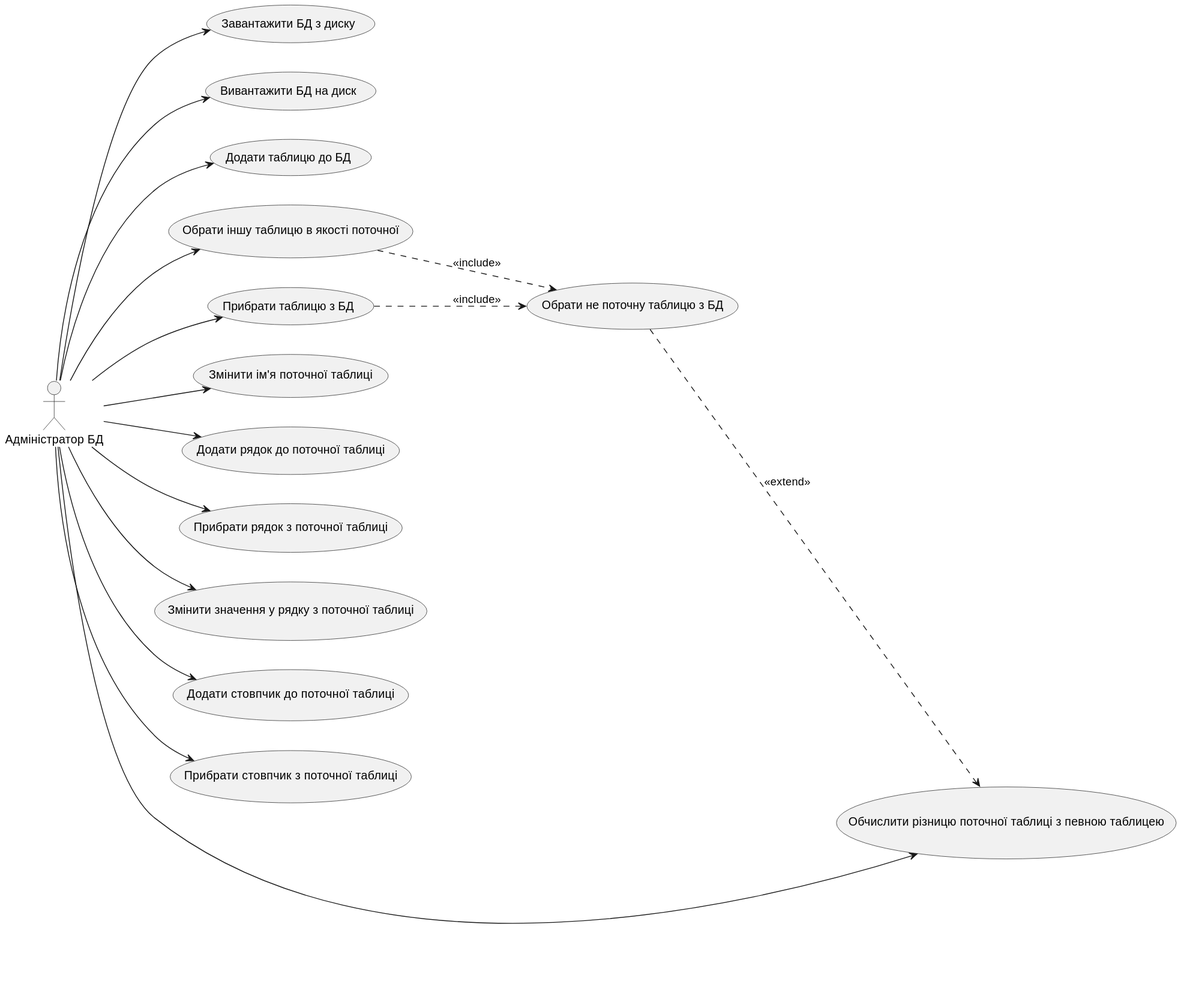
This is uml/use-case.svg from Kharacternyk/univ-it, a PlantUML export, as it was before one commit. Source of this version:
```plantuml
@startuml
left to right direction

:Адміністратор БД: as admin

admin --> (Завантажити БД з диску)
admin --> (Вивантажити БД на диск)
admin --> (Додати таблицю до БД)

(Обрати не поточну таблицю з БД) as pickTable

(Обрати іншу таблицю в якості поточної) as activateTable
admin --> activateTable
activateTable ..> pickTable : <<include>>

(Прибрати таблицю з БД) as removeTable
admin --> removeTable
removeTable ..> pickTable : <<include>>

admin --> (Змінити ім'я поточної таблиці)
admin --> (Додати рядок до поточної таблиці)
admin --> (Прибрати рядок з поточної таблиці)
admin --> (Змінити значення у рядку з поточної таблиці)
admin --> (Додати стовпчик до поточної таблиці)
admin --> (Прибрати стовпчик з поточної таблиці)

(Обчислити різницю поточної таблиці з певною таблицею) as diffTable
admin --> diffTable
pickTable ..> diffTable : <<extend>>
@enduml
```
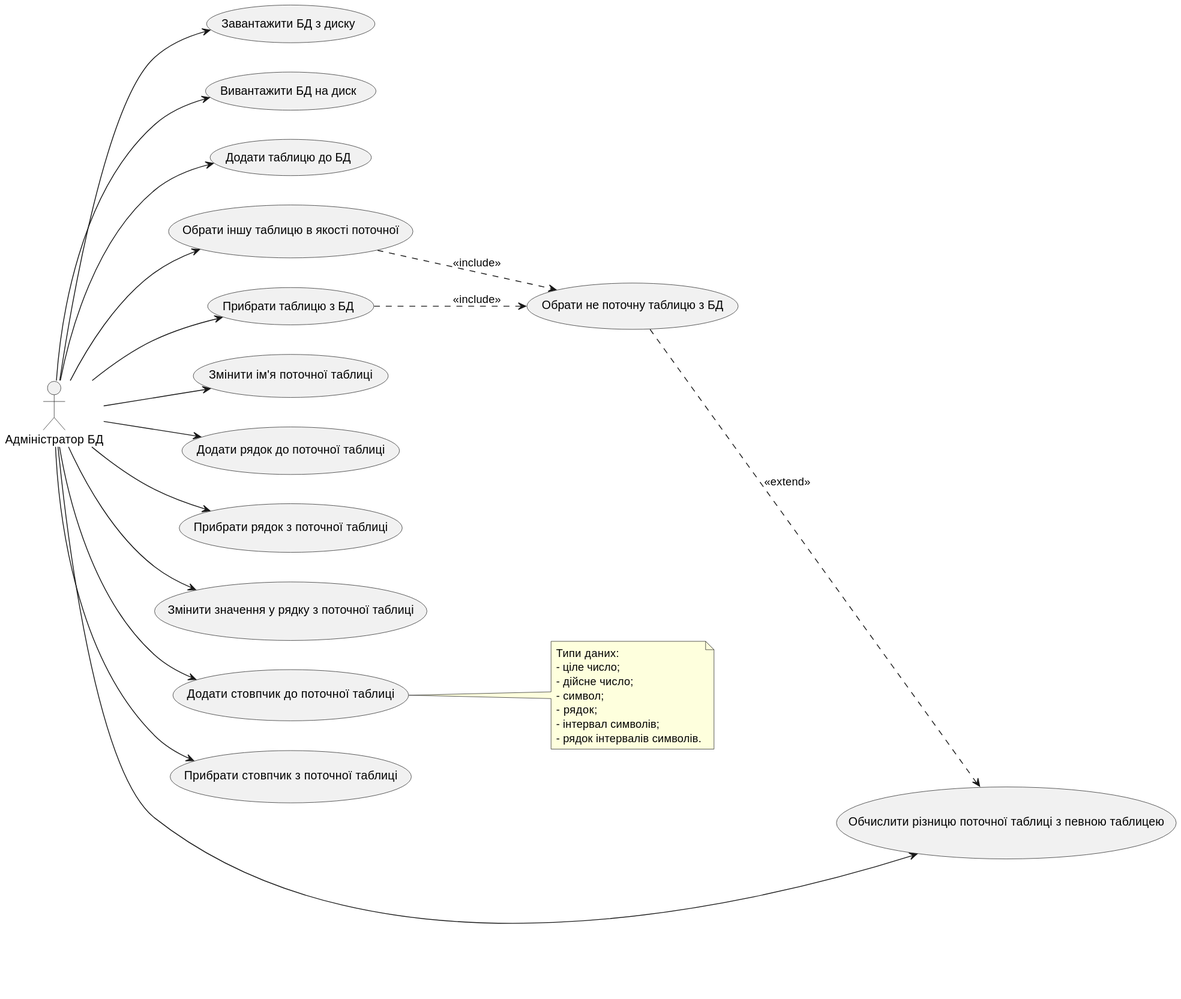
Above is the later version.

Commit message:
Adjust the UML diagrams.

Diff of the diagram source:
```diff
@@ -21,7 +21,19 @@
 admin --> (Додати рядок до поточної таблиці)
 admin --> (Прибрати рядок з поточної таблиці)
 admin --> (Змінити значення у рядку з поточної таблиці)
-admin --> (Додати стовпчик до поточної таблиці)
+
+(Додати стовпчик до поточної таблиці) as addColumn
+admin --> addColumn
+note right of addColumn
+    Типи даних:
+    - ціле число;
+    - дійсне число;
+    - символ;
+    - рядок;
+    - інтервал символів;
+    - рядок інтервалів символів.
+end note
+
 admin --> (Прибрати стовпчик з поточної таблиці)
 
 (Обчислити різницю поточної таблиці з певною таблицею) as diffTable
```
